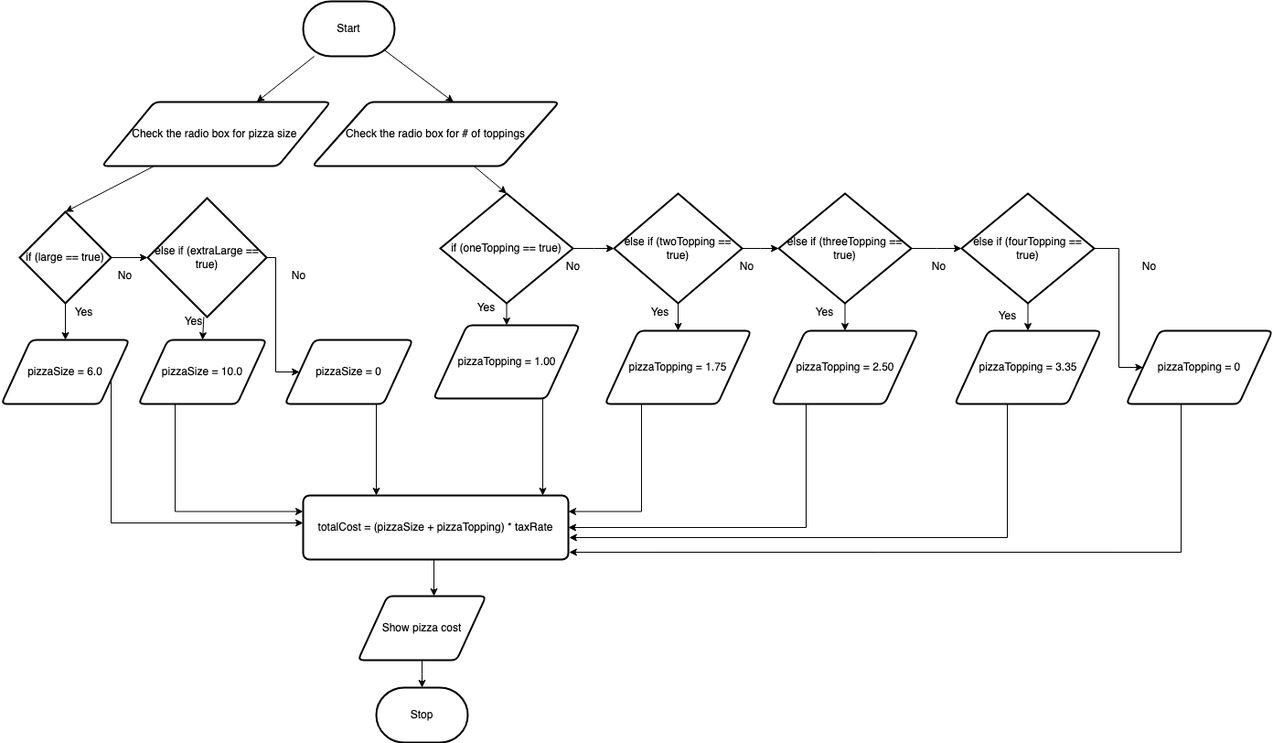
Above: design/flow-chart.png in Kenny-Le-281/ICS2O-Assignment-04 (draw.io), before the change. Source tidied: cells renumbered, new cells last; positions are measured from the earlier drawing's top-left corner, leaving out a move shared by most shapes.
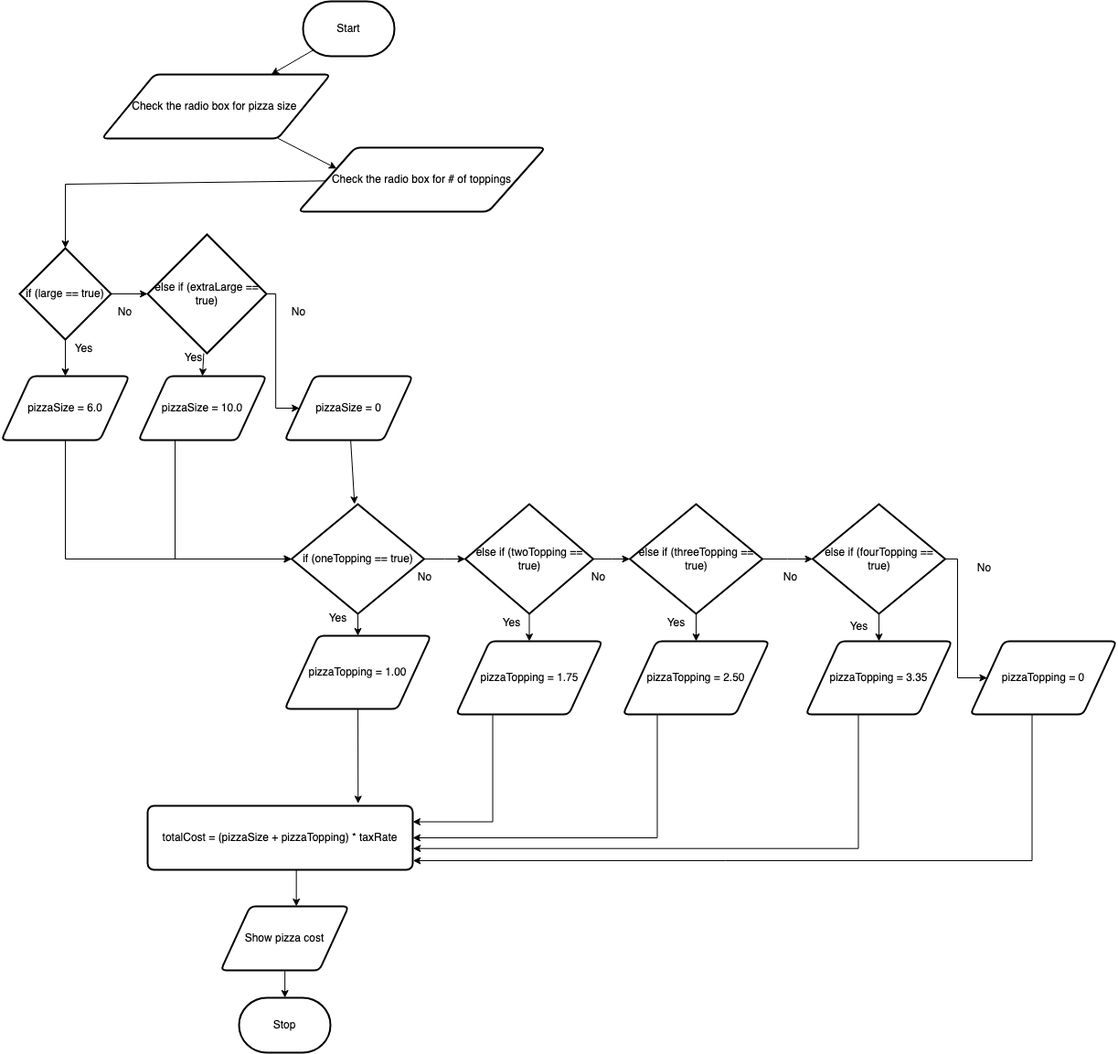
The same diagram one commit later.

Change to the diagram source:
```diff
@@ -2,29 +2,30 @@
   <root>
     <mxCell id="0" />
     <mxCell id="1" parent="0" />
-    <mxCell id="2" style="edgeStyle=none;html=1;" parent="1" edge="1" source="4" target="6">
+    <mxCell id="2" style="edgeStyle=none;html=1;exitX=0.11;exitY=0.89;exitDx=0;exitDy=0;exitPerimeter=0;" parent="1" edge="1" source="4" target="6">
       <mxGeometry relative="1" as="geometry" />
     </mxCell>
-    <mxCell id="3" style="edgeStyle=none;html=1;entryX=0.572;entryY=0;entryDx=0;entryDy=0;entryPerimeter=0;exitX=0.89;exitY=0.89;exitDx=0;exitDy=0;exitPerimeter=0;" parent="1" edge="1" source="4" target="9">
-      <mxGeometry relative="1" as="geometry" />
-    </mxCell>
     <mxCell id="4" value="Start" style="strokeWidth=2;html=1;shape=mxgraph.flowchart.terminator;whiteSpace=wrap;" parent="1" vertex="1">
       <mxGeometry x="330" width="100" height="60" as="geometry" />
     </mxCell>
-    <mxCell id="5" style="edgeStyle=none;html=1;entryX=0.5;entryY=0;entryDx=0;entryDy=0;entryPerimeter=0;" parent="1" edge="1" source="6" target="12">
-      <mxGeometry relative="1" as="geometry" />
-    </mxCell>
+    <mxCell id="60" style="edgeStyle=none;html=1;entryX=0;entryY=0.25;entryDx=0;entryDy=0;" parent="1" edge="1" source="6" target="9">
+      <mxGeometry relative="1" as="geometry" />
+    </mxCell>
     <mxCell id="6" value="Check the radio box for pizza size&amp;nbsp;" style="shape=parallelogram;html=1;strokeWidth=2;perimeter=parallelogramPerimeter;whiteSpace=wrap;rounded=1;arcSize=12;size=0.23;" parent="1" vertex="1">
-      <mxGeometry x="110" y="110" width="250" height="70" as="geometry" />
+      <mxGeometry x="110" y="80" width="250" height="70" as="geometry" />
     </mxCell>
     <mxCell id="7" value="Stop" style="strokeWidth=2;html=1;shape=mxgraph.flowchart.terminator;whiteSpace=wrap;" parent="1" vertex="1">
-      <mxGeometry x="410" y="750" width="100" height="60" as="geometry" />
+      <mxGeometry x="260" y="1090" width="100" height="60" as="geometry" />
     </mxCell>
-    <mxCell id="8" style="edgeStyle=none;html=1;entryX=0.5;entryY=0;entryDx=0;entryDy=0;entryPerimeter=0;" parent="1" edge="1" source="9" target="25">
-      <mxGeometry relative="1" as="geometry" />
-    </mxCell>
+    <mxCell id="61" style="edgeStyle=none;rounded=0;html=1;entryX=0.5;entryY=0;entryDx=0;entryDy=0;entryPerimeter=0;" parent="1" edge="1" source="9" target="12">
+      <mxGeometry relative="1" as="geometry">
+        <Array as="points">
+          <mxPoint x="70" y="200" />
+        </Array>
+      </mxGeometry>
+    </mxCell>
     <mxCell id="9" value="Check the radio box for # of toppings" style="shape=parallelogram;html=1;strokeWidth=2;perimeter=parallelogramPerimeter;whiteSpace=wrap;rounded=1;arcSize=12;size=0.23;" parent="1" vertex="1">
-      <mxGeometry x="340" y="110" width="270" height="70" as="geometry" />
+      <mxGeometry x="325" y="160" width="270" height="70" as="geometry" />
     </mxCell>
     <mxCell id="10" style="edgeStyle=none;html=1;entryX=0.5;entryY=0;entryDx=0;entryDy=0;" parent="1" edge="1" source="12" target="14">
       <mxGeometry relative="1" as="geometry" />
@@ -33,27 +34,27 @@
       <mxGeometry relative="1" as="geometry" />
     </mxCell>
     <mxCell id="12" value="if (large == true)" style="strokeWidth=2;html=1;shape=mxgraph.flowchart.decision;whiteSpace=wrap;" parent="1" vertex="1">
-      <mxGeometry x="20" y="230" width="100" height="100" as="geometry" />
+      <mxGeometry x="20" y="270" width="100" height="100" as="geometry" />
     </mxCell>
-    <mxCell id="13" style="edgeStyle=elbowEdgeStyle;rounded=0;html=1;" parent="1" edge="1" source="14" target="57">
-      <mxGeometry relative="1" as="geometry">
-        <Array as="points">
-          <mxPoint x="120" y="570" />
-        </Array>
-      </mxGeometry>
-    </mxCell>
+    <mxCell id="62" style="edgeStyle=none;html=1;rounded=0;entryX=0;entryY=0.5;entryDx=0;entryDy=0;entryPerimeter=0;" parent="1" edge="1" source="14" target="25">
+      <mxGeometry relative="1" as="geometry">
+        <Array as="points">
+          <mxPoint x="70" y="610" />
+        </Array>
+      </mxGeometry>
+    </mxCell>
     <mxCell id="14" value="pizzaSize = 6.0" style="shape=parallelogram;html=1;strokeWidth=2;perimeter=parallelogramPerimeter;whiteSpace=wrap;rounded=1;arcSize=12;size=0.23;" parent="1" vertex="1">
-      <mxGeometry y="370" width="140" height="70" as="geometry" />
+      <mxGeometry y="410" width="140" height="70" as="geometry" />
     </mxCell>
-    <mxCell id="15" style="edgeStyle=elbowEdgeStyle;rounded=0;html=1;entryX=0;entryY=0.25;entryDx=0;entryDy=0;" parent="1" edge="1" source="16" target="57">
+    <mxCell id="15" style="edgeStyle=elbowEdgeStyle;rounded=0;html=1;entryX=0;entryY=0.5;entryDx=0;entryDy=0;entryPerimeter=0;" parent="1" edge="1" source="16" target="25">
       <mxGeometry relative="1" as="geometry">
         <Array as="points">
-          <mxPoint x="190" y="510" />
+          <mxPoint x="190" y="550" />
         </Array>
       </mxGeometry>
     </mxCell>
     <mxCell id="16" value="pizzaSize = 10.0" style="shape=parallelogram;html=1;strokeWidth=2;perimeter=parallelogramPerimeter;whiteSpace=wrap;rounded=1;arcSize=12;size=0.23;" parent="1" vertex="1">
-      <mxGeometry x="150" y="370" width="140" height="70" as="geometry" />
+      <mxGeometry x="150" y="410" width="140" height="70" as="geometry" />
     </mxCell>
     <mxCell id="17" style="edgeStyle=none;html=1;entryX=0.5;entryY=0;entryDx=0;entryDy=0;" parent="1" edge="1" source="19" target="16">
       <mxGeometry relative="1" as="geometry" />
@@ -62,16 +63,16 @@
       <mxGeometry relative="1" as="geometry" />
     </mxCell>
     <mxCell id="19" value="else if (extraLarge == true)" style="strokeWidth=2;html=1;shape=mxgraph.flowchart.decision;whiteSpace=wrap;" parent="1" vertex="1">
-      <mxGeometry x="160" y="215" width="130" height="130" as="geometry" />
+      <mxGeometry x="160" y="255" width="130" height="130" as="geometry" />
     </mxCell>
     <mxCell id="20" value="Yes" style="text;html=1;align=center;verticalAlign=middle;fillColor=none;strokeColor=none;rounded=0;" parent="1" vertex="1">
-      <mxGeometry x="70" y="330" width="40" height="20" as="geometry" />
+      <mxGeometry x="70" y="370" width="40" height="20" as="geometry" />
     </mxCell>
     <mxCell id="21" value="No" style="text;html=1;align=center;verticalAlign=middle;fillColor=none;strokeColor=none;rounded=0;" parent="1" vertex="1">
-      <mxGeometry x="120" y="290" width="30" height="20" as="geometry" />
+      <mxGeometry x="120" y="330" width="30" height="20" as="geometry" />
     </mxCell>
     <mxCell id="22" value="Yes" style="text;html=1;align=center;verticalAlign=middle;fillColor=none;strokeColor=none;rounded=0;" parent="1" vertex="1">
-      <mxGeometry x="190" y="340" width="40" height="20" as="geometry" />
+      <mxGeometry x="190" y="380" width="40" height="20" as="geometry" />
     </mxCell>
     <mxCell id="23" style="edgeStyle=none;html=1;entryX=0.5;entryY=0;entryDx=0;entryDy=0;" parent="1" edge="1" source="25" target="27">
       <mxGeometry relative="1" as="geometry" />
@@ -80,13 +81,13 @@
       <mxGeometry relative="1" as="geometry" />
     </mxCell>
     <mxCell id="25" value="if (oneTopping == true)" style="strokeWidth=2;html=1;shape=mxgraph.flowchart.decision;whiteSpace=wrap;" parent="1" vertex="1">
-      <mxGeometry x="480" y="210" width="145" height="120" as="geometry" />
+      <mxGeometry x="317.5" y="550" width="145" height="120" as="geometry" />
     </mxCell>
-    <mxCell id="26" style="edgeStyle=elbowEdgeStyle;rounded=0;html=1;entryX=0.905;entryY=0;entryDx=0;entryDy=0;entryPerimeter=0;" parent="1" edge="1" source="27" target="57">
+    <mxCell id="26" style="edgeStyle=none;rounded=0;html=1;entryX=0.794;entryY=-0.036;entryDx=0;entryDy=0;entryPerimeter=0;" parent="1" edge="1" source="27" target="57">
       <mxGeometry relative="1" as="geometry" />
     </mxCell>
     <mxCell id="27" value="pizzaTopping = 1.00" style="shape=parallelogram;html=1;strokeWidth=2;perimeter=parallelogramPerimeter;whiteSpace=wrap;rounded=1;arcSize=12;size=0.23;" parent="1" vertex="1">
-      <mxGeometry x="472.5" y="354" width="160" height="80" as="geometry" />
+      <mxGeometry x="310" y="694" width="160" height="80" as="geometry" />
     </mxCell>
     <mxCell id="28" style="edgeStyle=none;html=1;entryX=0.5;entryY=0;entryDx=0;entryDy=0;" parent="1" edge="1" source="30" target="42">
       <mxGeometry relative="1" as="geometry" />
@@ -95,7 +96,7 @@
       <mxGeometry relative="1" as="geometry" />
     </mxCell>
     <mxCell id="30" value="else if (twoTopping == true)" style="strokeWidth=2;html=1;shape=mxgraph.flowchart.decision;whiteSpace=wrap;" parent="1" vertex="1">
-      <mxGeometry x="670" y="210" width="140" height="120" as="geometry" />
+      <mxGeometry x="507.5" y="550" width="140" height="120" as="geometry" />
     </mxCell>
     <mxCell id="31" style="edgeStyle=none;html=1;entryX=0.5;entryY=0;entryDx=0;entryDy=0;" parent="1" edge="1" source="33" target="40">
       <mxGeometry relative="1" as="geometry" />
@@ -104,101 +105,102 @@
       <mxGeometry relative="1" as="geometry" />
     </mxCell>
     <mxCell id="33" value="else if (threeTopping == true)" style="strokeWidth=2;html=1;shape=mxgraph.flowchart.decision;whiteSpace=wrap;" parent="1" vertex="1">
-      <mxGeometry x="850" y="210" width="145" height="120" as="geometry" />
+      <mxGeometry x="687.5" y="550" width="145" height="120" as="geometry" />
     </mxCell>
     <mxCell id="34" style="edgeStyle=none;html=1;" parent="1" edge="1" source="36" target="38">
       <mxGeometry relative="1" as="geometry" />
     </mxCell>
-    <mxCell id="35" style="edgeStyle=elbowEdgeStyle;rounded=0;html=1;entryX=0;entryY=0.5;entryDx=0;entryDy=0;" parent="1" edge="1" source="36" target="54">
+    <mxCell id="35" style="edgeStyle=elbowEdgeStyle;rounded=0;html=1;" parent="1" edge="1" source="36" target="54">
       <mxGeometry relative="1" as="geometry" />
     </mxCell>
     <mxCell id="36" value="else if (fourTopping == true)" style="strokeWidth=2;html=1;shape=mxgraph.flowchart.decision;whiteSpace=wrap;" parent="1" vertex="1">
-      <mxGeometry x="1050" y="210" width="145" height="120" as="geometry" />
+      <mxGeometry x="887.5" y="550" width="145" height="120" as="geometry" />
     </mxCell>
-    <mxCell id="37" style="edgeStyle=elbowEdgeStyle;rounded=0;html=1;entryX=1.003;entryY=0.657;entryDx=0;entryDy=0;entryPerimeter=0;" parent="1" edge="1" source="38" target="57">
+    <mxCell id="37" style="edgeStyle=elbowEdgeStyle;rounded=0;html=1;entryX=1.001;entryY=0.667;entryDx=0;entryDy=0;entryPerimeter=0;" parent="1" edge="1" source="38" target="57">
       <mxGeometry relative="1" as="geometry">
         <Array as="points">
-          <mxPoint x="1100" y="580" />
+          <mxPoint x="937.5" y="920" />
         </Array>
       </mxGeometry>
     </mxCell>
     <mxCell id="38" value="pizzaTopping = 3.35" style="shape=parallelogram;html=1;strokeWidth=2;perimeter=parallelogramPerimeter;whiteSpace=wrap;rounded=1;arcSize=12;size=0.23;" parent="1" vertex="1">
-      <mxGeometry x="1042.5" y="360" width="160" height="80" as="geometry" />
+      <mxGeometry x="880" y="700" width="160" height="80" as="geometry" />
     </mxCell>
     <mxCell id="39" style="edgeStyle=elbowEdgeStyle;rounded=0;html=1;entryX=1;entryY=0.5;entryDx=0;entryDy=0;" parent="1" edge="1" source="40" target="57">
       <mxGeometry relative="1" as="geometry">
         <Array as="points">
-          <mxPoint x="880" y="560" />
+          <mxPoint x="717.5" y="900" />
         </Array>
       </mxGeometry>
     </mxCell>
     <mxCell id="40" value="pizzaTopping = 2.50" style="shape=parallelogram;html=1;strokeWidth=2;perimeter=parallelogramPerimeter;whiteSpace=wrap;rounded=1;arcSize=12;size=0.23;" parent="1" vertex="1">
-      <mxGeometry x="842.5" y="360" width="160" height="80" as="geometry" />
+      <mxGeometry x="680" y="700" width="160" height="80" as="geometry" />
     </mxCell>
     <mxCell id="41" style="edgeStyle=elbowEdgeStyle;rounded=0;html=1;entryX=1;entryY=0.25;entryDx=0;entryDy=0;" parent="1" edge="1" source="42" target="57">
       <mxGeometry relative="1" as="geometry">
         <Array as="points">
-          <mxPoint x="700" y="540" />
+          <mxPoint x="537.5" y="880" />
         </Array>
       </mxGeometry>
     </mxCell>
     <mxCell id="42" value="pizzaTopping = 1.75" style="shape=parallelogram;html=1;strokeWidth=2;perimeter=parallelogramPerimeter;whiteSpace=wrap;rounded=1;arcSize=12;size=0.23;" parent="1" vertex="1">
-      <mxGeometry x="660" y="360" width="160" height="80" as="geometry" />
+      <mxGeometry x="497.5" y="700" width="160" height="80" as="geometry" />
     </mxCell>
     <mxCell id="43" value="Yes" style="text;html=1;align=center;verticalAlign=middle;fillColor=none;strokeColor=none;rounded=0;" parent="1" vertex="1">
-      <mxGeometry x="510" y="325" width="40" height="20" as="geometry" />
+      <mxGeometry x="347.5" y="665" width="40" height="20" as="geometry" />
     </mxCell>
     <mxCell id="44" value="Yes" style="text;html=1;align=center;verticalAlign=middle;fillColor=none;strokeColor=none;rounded=0;" parent="1" vertex="1">
-      <mxGeometry x="700" y="330" width="40" height="20" as="geometry" />
+      <mxGeometry x="537.5" y="670" width="40" height="20" as="geometry" />
     </mxCell>
     <mxCell id="45" value="Yes" style="text;html=1;align=center;verticalAlign=middle;fillColor=none;strokeColor=none;rounded=0;" parent="1" vertex="1">
-      <mxGeometry x="880" y="330" width="40" height="20" as="geometry" />
+      <mxGeometry x="717.5" y="670" width="40" height="20" as="geometry" />
     </mxCell>
     <mxCell id="46" value="Yes" style="text;html=1;align=center;verticalAlign=middle;fillColor=none;strokeColor=none;rounded=0;" parent="1" vertex="1">
-      <mxGeometry x="1080" y="334" width="40" height="20" as="geometry" />
+      <mxGeometry x="917.5" y="674" width="40" height="20" as="geometry" />
     </mxCell>
     <mxCell id="47" value="No" style="text;html=1;align=center;verticalAlign=middle;fillColor=none;strokeColor=none;rounded=0;" parent="1" vertex="1">
-      <mxGeometry x="310" y="290" width="30" height="20" as="geometry" />
+      <mxGeometry x="310" y="330" width="30" height="20" as="geometry" />
     </mxCell>
     <mxCell id="48" value="No" style="text;html=1;align=center;verticalAlign=middle;fillColor=none;strokeColor=none;rounded=0;" parent="1" vertex="1">
-      <mxGeometry x="610" y="280" width="30" height="20" as="geometry" />
+      <mxGeometry x="447.5" y="620" width="30" height="20" as="geometry" />
     </mxCell>
     <mxCell id="49" value="No" style="text;html=1;align=center;verticalAlign=middle;fillColor=none;strokeColor=none;rounded=0;" parent="1" vertex="1">
-      <mxGeometry x="800" y="280" width="30" height="20" as="geometry" />
+      <mxGeometry x="637.5" y="620" width="30" height="20" as="geometry" />
     </mxCell>
     <mxCell id="50" value="No" style="text;html=1;align=center;verticalAlign=middle;fillColor=none;strokeColor=none;rounded=0;" parent="1" vertex="1">
-      <mxGeometry x="1010" y="280" width="30" height="20" as="geometry" />
+      <mxGeometry x="847.5" y="620" width="30" height="20" as="geometry" />
     </mxCell>
-    <mxCell id="51" style="edgeStyle=elbowEdgeStyle;rounded=0;html=1;entryX=0.276;entryY=0;entryDx=0;entryDy=0;entryPerimeter=0;" parent="1" edge="1" source="52" target="57">
-      <mxGeometry relative="1" as="geometry" />
-    </mxCell>
+    <mxCell id="63" style="edgeStyle=none;rounded=0;html=1;" parent="1" edge="1" source="52" target="25">
+      <mxGeometry relative="1" as="geometry" />
+    </mxCell>
     <mxCell id="52" value="pizzaSize = 0" style="shape=parallelogram;html=1;strokeWidth=2;perimeter=parallelogramPerimeter;whiteSpace=wrap;rounded=1;arcSize=12;size=0.23;" parent="1" vertex="1">
-      <mxGeometry x="310" y="370" width="140" height="70" as="geometry" />
+      <mxGeometry x="310" y="410" width="140" height="70" as="geometry" />
     </mxCell>
-    <mxCell id="53" style="edgeStyle=elbowEdgeStyle;rounded=0;html=1;entryX=1.003;entryY=0.886;entryDx=0;entryDy=0;entryPerimeter=0;" parent="1" edge="1" source="54" target="57">
+    <mxCell id="53" style="edgeStyle=elbowEdgeStyle;rounded=0;html=1;entryX=1.001;entryY=0.857;entryDx=0;entryDy=0;entryPerimeter=0;" parent="1" edge="1" target="57">
       <mxGeometry relative="1" as="geometry">
+        <mxPoint x="1127.5" y="780" as="sourcePoint" />
         <Array as="points">
-          <mxPoint x="1290" y="570" />
+          <mxPoint x="1127.5" y="910" />
         </Array>
       </mxGeometry>
     </mxCell>
     <mxCell id="54" value="pizzaTopping = 0" style="shape=parallelogram;html=1;strokeWidth=2;perimeter=parallelogramPerimeter;whiteSpace=wrap;rounded=1;arcSize=12;size=0.23;" parent="1" vertex="1">
-      <mxGeometry x="1230" y="360" width="160" height="80" as="geometry" />
+      <mxGeometry x="1060" y="700" width="160" height="80" as="geometry" />
     </mxCell>
     <mxCell id="55" value="No" style="text;html=1;align=center;verticalAlign=middle;fillColor=none;strokeColor=none;rounded=0;" parent="1" vertex="1">
-      <mxGeometry x="1240" y="280" width="30" height="20" as="geometry" />
+      <mxGeometry x="1060" y="610" width="30" height="20" as="geometry" />
     </mxCell>
     <mxCell id="56" style="edgeStyle=elbowEdgeStyle;rounded=0;html=1;entryX=0.593;entryY=0;entryDx=0;entryDy=0;entryPerimeter=0;" parent="1" edge="1" source="57" target="59">
       <mxGeometry relative="1" as="geometry" />
     </mxCell>
     <mxCell id="57" value="totalCost = (pizzaSize + pizzaTopping) * taxRate" style="rounded=1;whiteSpace=wrap;html=1;absoluteArcSize=1;arcSize=14;strokeWidth=2;" parent="1" vertex="1">
-      <mxGeometry x="330" y="540" width="290" height="70" as="geometry" />
+      <mxGeometry x="160" y="880" width="290" height="70" as="geometry" />
     </mxCell>
     <mxCell id="58" style="edgeStyle=elbowEdgeStyle;rounded=0;html=1;entryX=0.5;entryY=0;entryDx=0;entryDy=0;entryPerimeter=0;" parent="1" edge="1" source="59" target="7">
       <mxGeometry relative="1" as="geometry" />
     </mxCell>
     <mxCell id="59" value="Show pizza cost" style="shape=parallelogram;html=1;strokeWidth=2;perimeter=parallelogramPerimeter;whiteSpace=wrap;rounded=1;arcSize=12;size=0.23;" parent="1" vertex="1">
-      <mxGeometry x="390" y="650" width="140" height="70" as="geometry" />
+      <mxGeometry x="240" y="990" width="140" height="70" as="geometry" />
     </mxCell>
   </root>
 </mxGraphModel>
```
